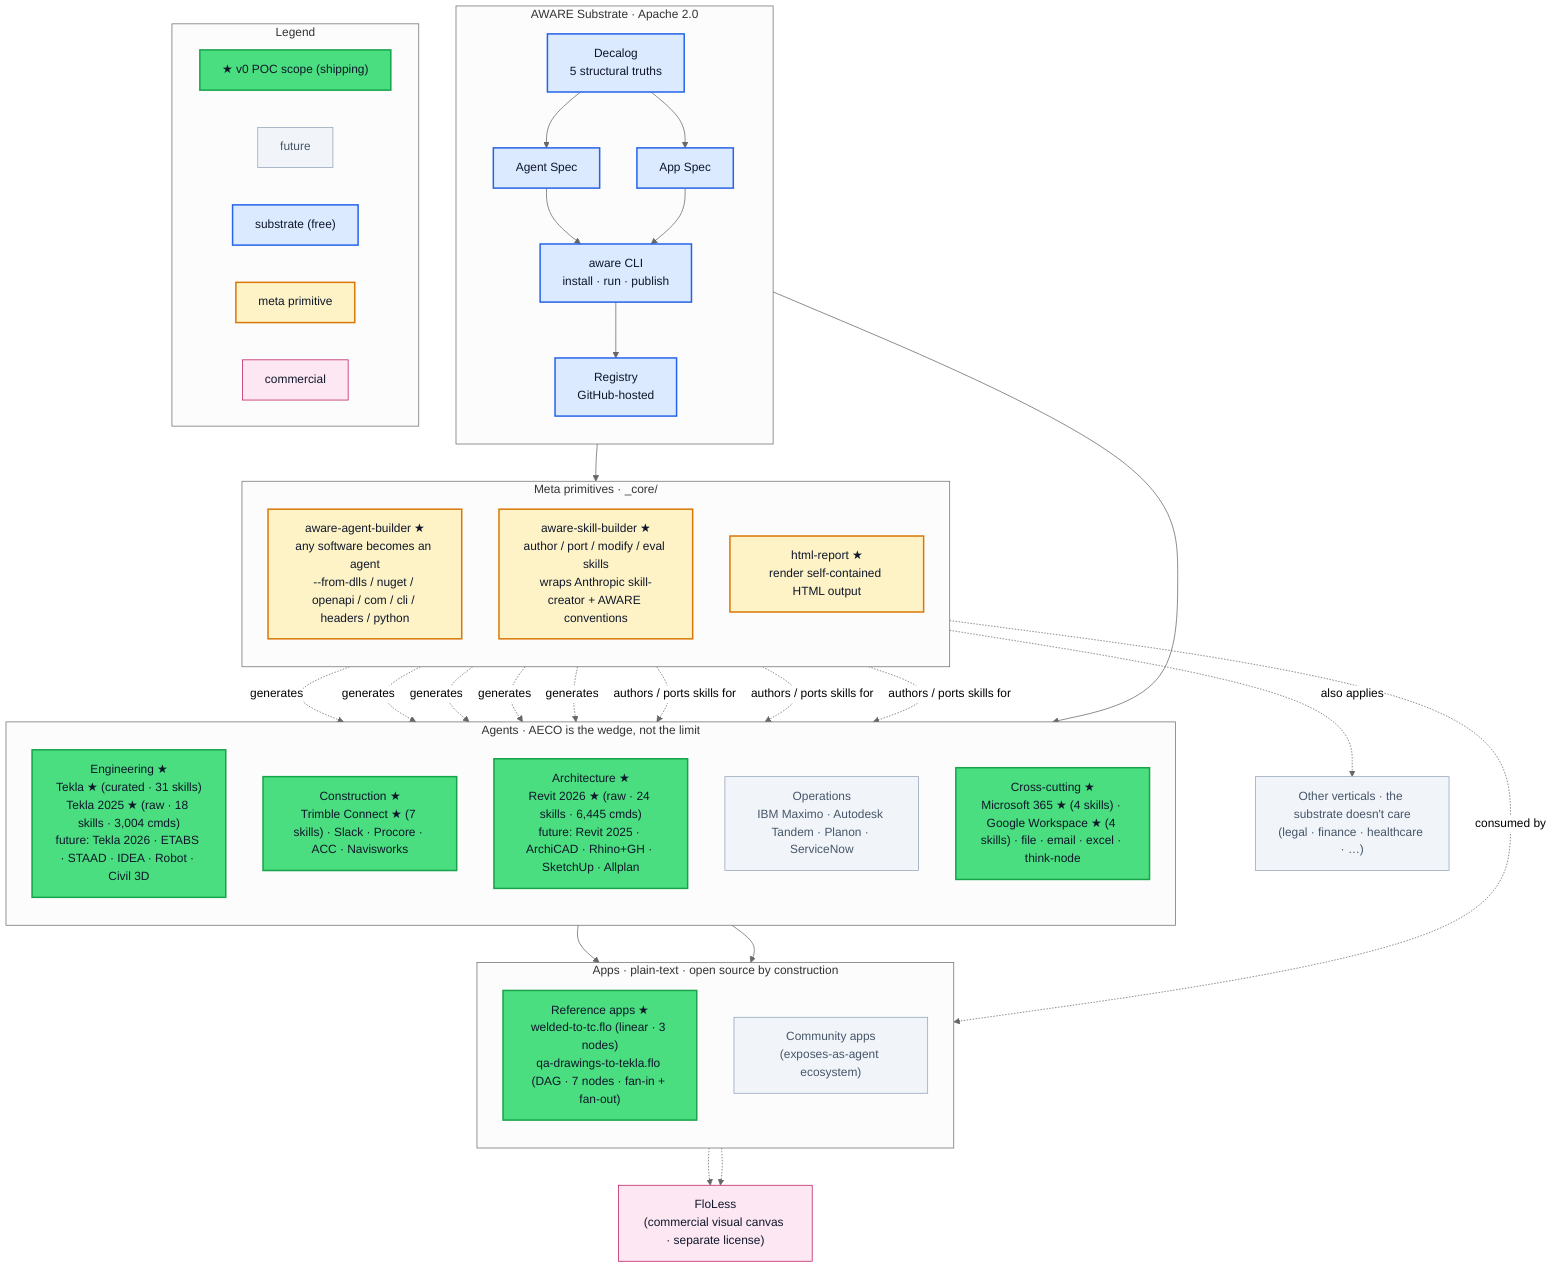
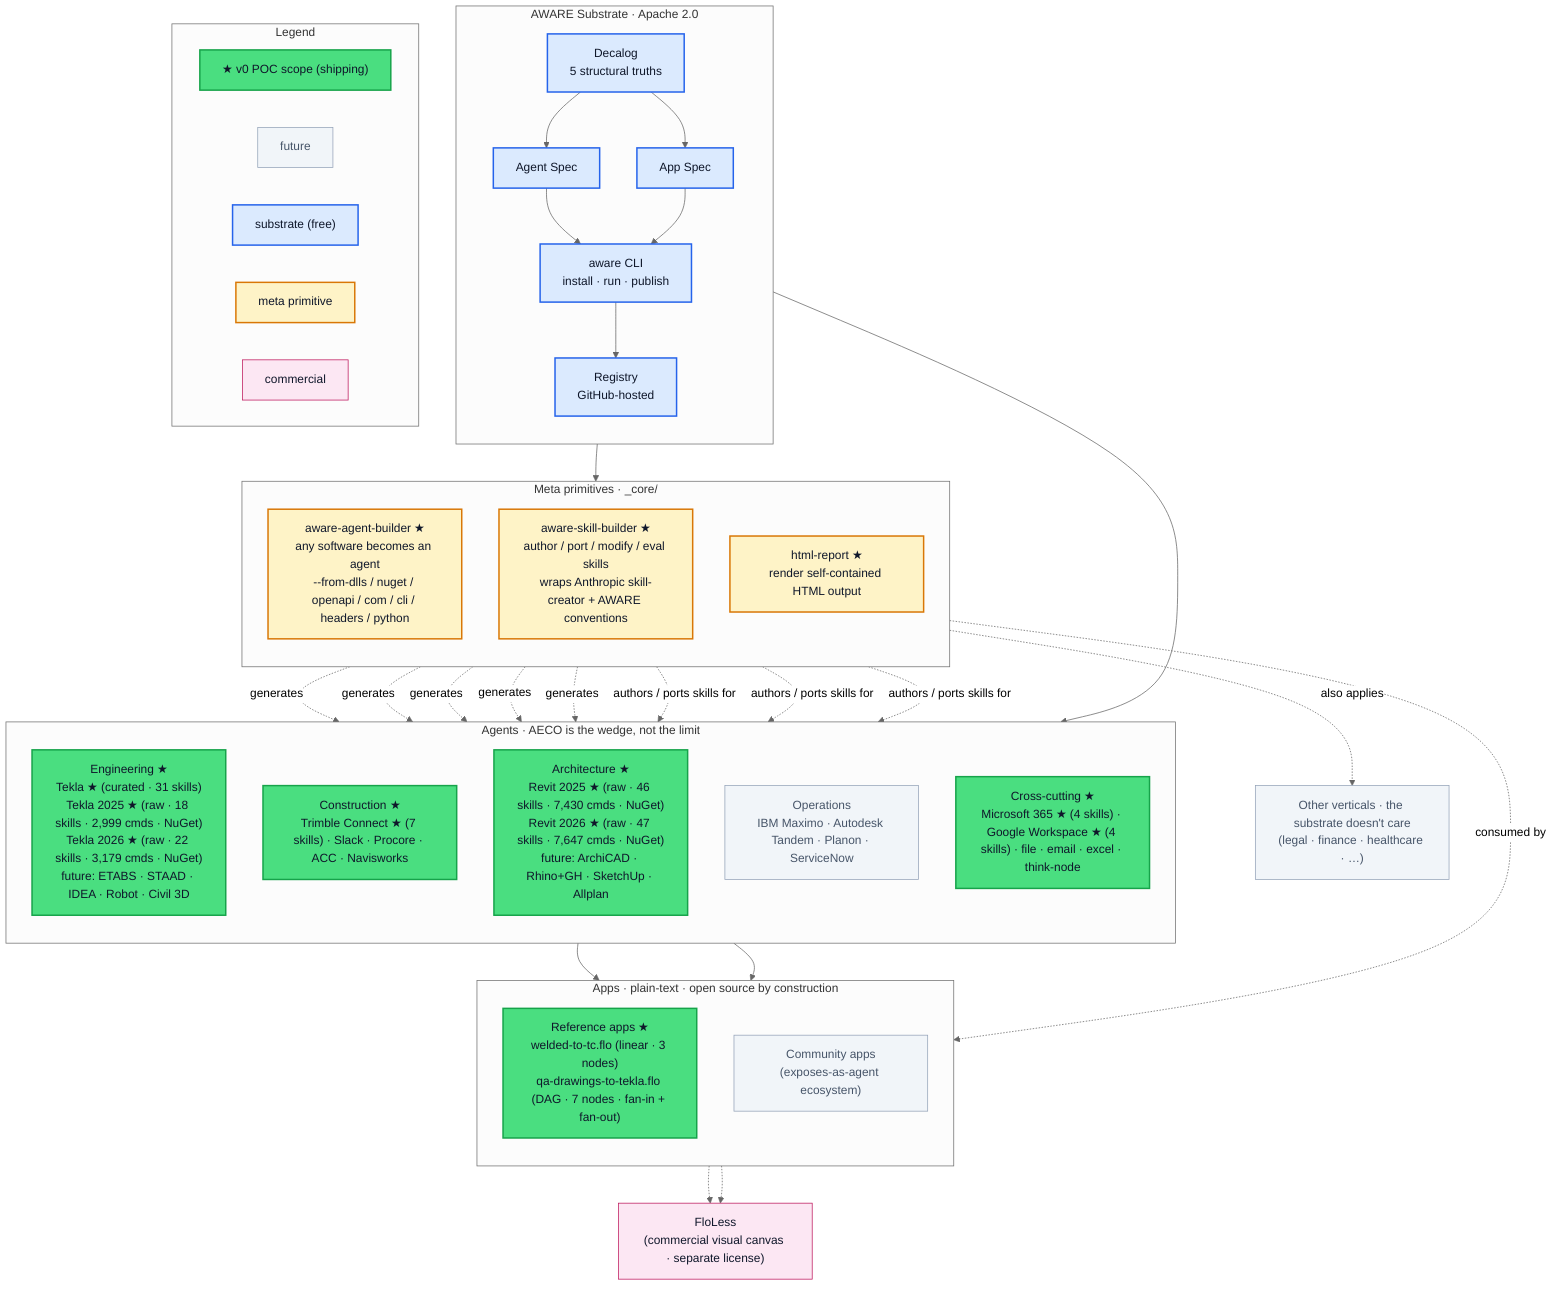
%%{init: {'theme':'neutral'}}%%
graph TB

  %% =========================================================
  %% Style classes
  %% =========================================================
  classDef poc        fill:#4ade80,stroke:#16a34a,color:#0f172a,stroke-width:2px
  classDef future     fill:#f1f5f9,stroke:#94a3b8,color:#475569
  classDef substrate  fill:#dbeafe,stroke:#2563eb,color:#0f172a,stroke-width:2px
  classDef meta       fill:#fef3c7,stroke:#d97706,color:#0f172a,stroke-width:2px
  classDef app        fill:#e0e7ff,stroke:#6366f1,color:#0f172a
  classDef commercial fill:#fce7f3,stroke:#be185d,color:#0f172a

  %% =========================================================
  %% Substrate · Apache 2.0
  %% =========================================================
  subgraph SUB["AWARE Substrate · Apache 2.0"]
    direction TB
    Decalog["Decalog<br/>5 structural truths"]:::substrate
    AgentSpec["Agent Spec"]:::substrate
    AppSpec["App Spec"]:::substrate
    CLI["aware CLI<br/>install · run · publish"]:::substrate
    Registry["Registry<br/>GitHub-hosted"]:::substrate

    Decalog --> AgentSpec
    Decalog --> AppSpec
    AgentSpec --> CLI
    AppSpec --> CLI
    CLI --> Registry
  end

  %% =========================================================
  %% Meta primitives — under _core/
  %% =========================================================
  subgraph META["Meta primitives · _core/"]
    direction TB
    Builder["aware-agent-builder ★<br/>any software becomes an agent<br/>--from-dlls / nuget / openapi / com / cli / headers / python"]:::meta
    SkillBuilder["aware-skill-builder ★<br/>author / port / modify / eval skills<br/>wraps Anthropic skill-creator + AWARE conventions"]:::meta
    HtmlReport["html-report ★<br/>render self-contained HTML output"]:::meta
  end

  %% =========================================================
  %% Agents · AECO (the wedge)
  %% =========================================================
  subgraph AGENTS["Agents · AECO is the wedge, not the limit"]
    direction TB

-     Eng["Engineering ★<br/>Tekla ★ (curated · 31 skills)<br/>Tekla 2025 ★ (raw · 18 skills · 3,004 cmds)<br/>future: Tekla 2026 · ETABS · STAAD · IDEA · Robot · Civil 3D"]:::poc
+     Eng["Engineering ★<br/>Tekla ★ (curated · 31 skills)<br/>Tekla 2025 ★ (raw · 18 skills · 2,999 cmds · NuGet)<br/>Tekla 2026 ★ (raw · 22 skills · 3,179 cmds · NuGet)<br/>future: ETABS · STAAD · IDEA · Robot · Civil 3D"]:::poc
    Cons["Construction ★<br/>Trimble Connect ★ (7 skills) · Slack · Procore · ACC · Navisworks"]:::poc
-     Arch["Architecture ★<br/>Revit 2026 ★ (raw · 24 skills · 6,445 cmds)<br/>future: Revit 2025 · ArchiCAD · Rhino+GH · SketchUp · Allplan"]:::poc
+     Arch["Architecture ★<br/>Revit 2025 ★ (raw · 46 skills · 7,430 cmds · NuGet)<br/>Revit 2026 ★ (raw · 47 skills · 7,647 cmds · NuGet)<br/>future: ArchiCAD · Rhino+GH · SketchUp · Allplan"]:::poc
    Ops["Operations<br/>IBM Maximo · Autodesk Tandem · Planon · ServiceNow"]:::future
    Cross["Cross-cutting ★<br/>Microsoft 365 ★ (4 skills) · Google Workspace ★ (4 skills) · file · email · excel · think-node"]:::poc
  end

  Other["Other verticals · the substrate doesn't care<br/>(legal · finance · healthcare · …)"]:::future

  %% =========================================================
  %% Apps · plain-text compositions
  %% =========================================================
  subgraph APPS["Apps · plain-text · open source by construction"]
    direction TB
    Refs["Reference apps ★<br/>welded-to-tc.flo (linear · 3 nodes)<br/>qa-drawings-to-tekla.flo (DAG · 7 nodes · fan-in + fan-out)"]:::poc
    Community["Community apps<br/>(exposes-as-agent ecosystem)"]:::future
  end

  %% =========================================================
  %% Commercial layer
  %% =========================================================
  FloLess["FloLess<br/>(commercial visual canvas · separate license)"]:::commercial

  %% =========================================================
  %% Wiring
  %% =========================================================
  Registry --> META
  Registry --> AGENTS

  Builder -. generates .-> Eng
  Builder -. generates .-> Cons
  Builder -. generates .-> Cross
  Builder -. generates .-> Arch
  Builder -. generates .-> Ops
  Builder -. also applies .-> Other

  SkillBuilder -. authors / ports skills for .-> Eng
  SkillBuilder -. authors / ports skills for .-> Cons
  SkillBuilder -. authors / ports skills for .-> Cross

  AGENTS --> Refs
  AGENTS --> Community
  HtmlReport -. consumed by .-> Refs

  Refs -.-> FloLess
  Community -.-> FloLess

  %% =========================================================
  %% Legend
  %% =========================================================
  subgraph LEGEND["Legend"]
    direction LR
    LegPoc["★ v0 POC scope (shipping)"]:::poc
    LegFut["future"]:::future
    LegSub["substrate (free)"]:::substrate
    LegMeta["meta primitive"]:::meta
    LegComm["commercial"]:::commercial
  end
